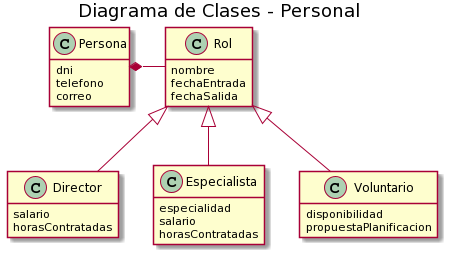
Before: diagrama/Diagramas 2.0/personal.png, a diagram exported from PlantUML (marsamber/proyectoIR).
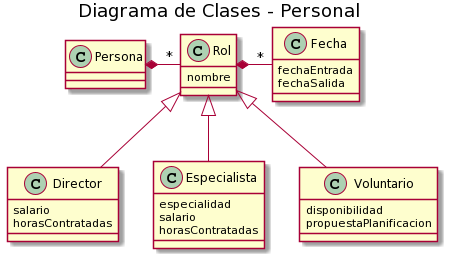
After the change.

Change to the diagram source:
```diff
@@ -1,18 +1,11 @@
 @startuml
-hide methods
-
 title Diagrama de Clases - Personal
 
-class Persona{
-    dni
-    telefono
-    correo
-}
+
+class Persona
 
 class Rol{
     nombre
-    fechaEntrada
-    fechaSalida
 }
 
 class Director{
@@ -31,9 +24,16 @@
     propuestaPlanificacion
 }
 
+class Fecha{
+    fechaEntrada
+    fechaSalida
+}
+
 Rol <|-down- Director
 Rol <|-down- Especialista
 Rol <|-down- Voluntario
 
-Persona *-right- Rol
+
+Persona *-right-"*" Rol
+Rol *-right-"*" Fecha
 @enduml
```
